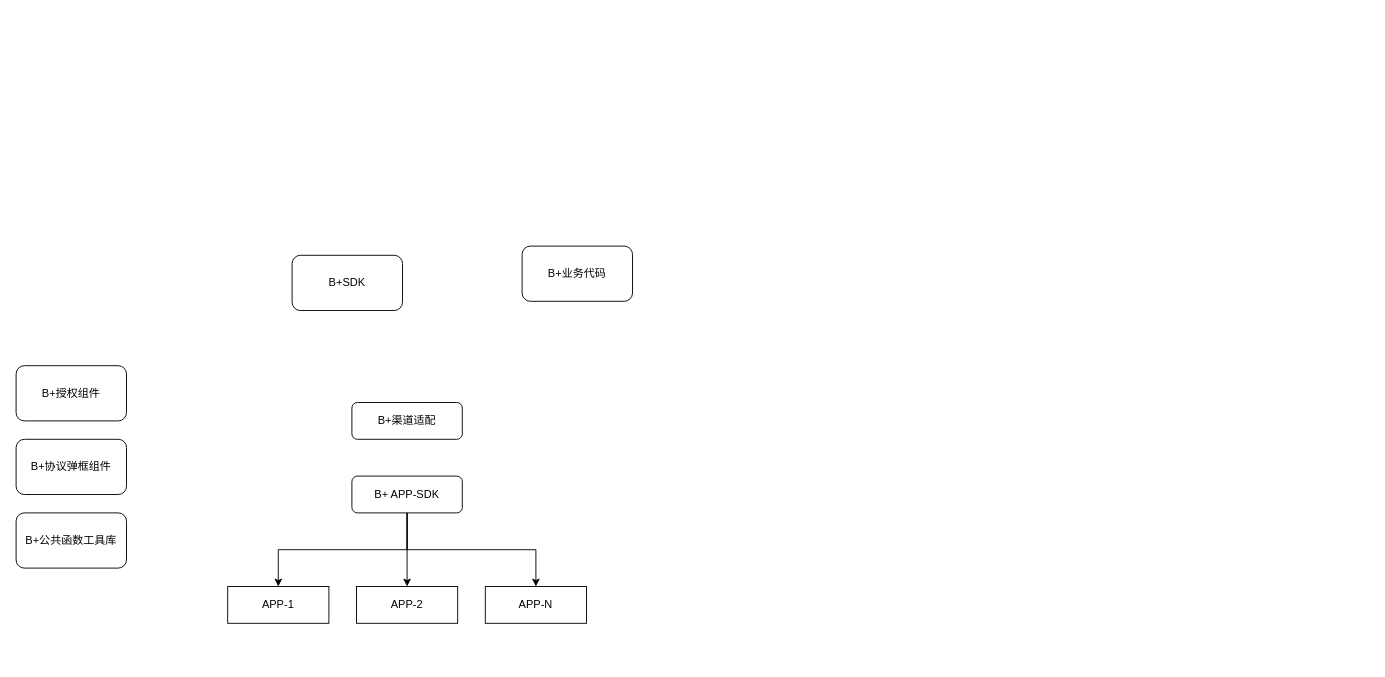
This is page "B+代码结构" (6 of 6) of B+.drawio from huturenji/drawio, a draw.io file, before an edit. Source tidied: cells renumbered, new cells numbered last; positions are measured from the earlier drawing's top-left corner, leaving out a move shared by most shapes. Both pictures are drawn from the tidied source at 92%, with x=0, y=0 at pixel (16, 246).
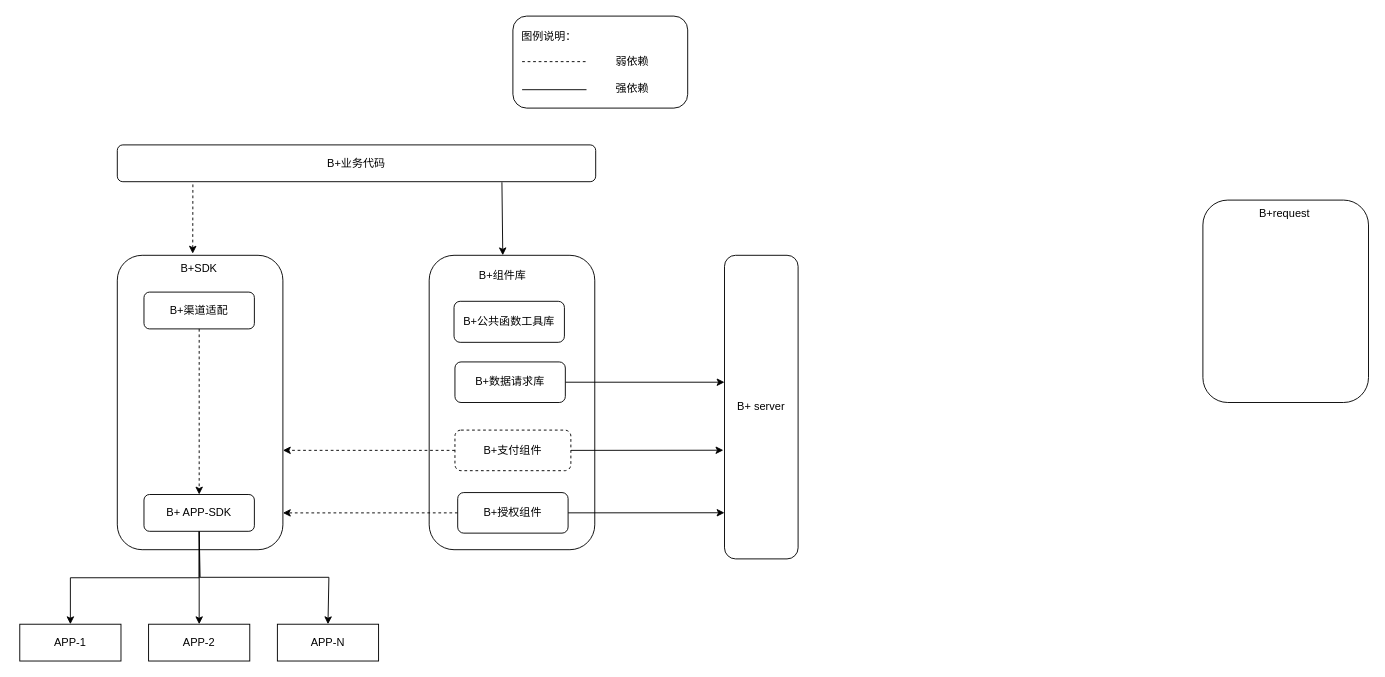
After the change.

Change to the diagram source:
```diff
@@
+    <mxCell id="15" style="rounded=1;whiteSpace=wrap;html=1;" parent="1" vertex="1">
+      <mxGeometry x="540" y="-250" width="190" height="100" as="geometry" />
+    </mxCell>
-    <mxCell id="2" value="B+SDK" style="rounded=1;whiteSpace=wrap;html=1;" parent="1" vertex="1">
-      <mxGeometry x="300" y="10" width="120" height="60" as="geometry" />
+    <mxCell id="2" style="rounded=1;whiteSpace=wrap;html=1;" parent="1" vertex="1">
+      <mxGeometry x="110" y="10" width="180" height="320" as="geometry" />
     </mxCell>
-    <mxCell id="3" value="B+授权组件" style="rounded=1;whiteSpace=wrap;html=1;" parent="1" vertex="1">
-      <mxGeometry y="130" width="120" height="60" as="geometry" />
-    </mxCell>
@@
     <mxCell id="5" style="edgeStyle=none;rounded=0;jettySize=auto;html=1;exitX=0.5;exitY=1;exitDx=0;exitDy=0;entryX=0.5;entryY=0;entryDx=0;entryDy=0;" parent="1" edge="1" source="6" target="11">
       <mxGeometry relative="1" as="geometry">
         <Array as="points">
-          <mxPoint x="425" y="330" />
-          <mxPoint x="565" y="330" />
+          <mxPoint x="200" y="360" />
+          <mxPoint x="340" y="360" />
         </Array>
       </mxGeometry>
     </mxCell>
     <mxCell id="6" value="B+ APP-SDK" style="rounded=1;whiteSpace=wrap;html=1;" parent="1" vertex="1">
-      <mxGeometry x="365" y="250" width="120" height="40" as="geometry" />
+      <mxGeometry x="139" y="270" width="120" height="40" as="geometry" />
     </mxCell>
-    <mxCell id="7" value="B+协议弹框组件" style="rounded=1;whiteSpace=wrap;html=1;" parent="1" vertex="1">
-      <mxGeometry y="210" width="120" height="60" as="geometry" />
-    </mxCell>
-    <mxCell id="8" value="B+公共函数工具库" style="rounded=1;whiteSpace=wrap;html=1;" parent="1" vertex="1">
-      <mxGeometry y="290" width="120" height="60" as="geometry" />
-    </mxCell>
     <mxCell id="9" value="APP-1" style="rounded=0;whiteSpace=wrap;html=1;" parent="1" vertex="1">
-      <mxGeometry x="230" y="370" width="110" height="40" as="geometry" />
+      <mxGeometry x="4" y="411" width="110" height="40" as="geometry" />
     </mxCell>
     <mxCell id="10" value="APP-2" style="rounded=0;whiteSpace=wrap;html=1;" parent="1" vertex="1">
-      <mxGeometry x="370" y="370" width="110" height="40" as="geometry" />
+      <mxGeometry x="144" y="411" width="110" height="40" as="geometry" />
     </mxCell>
     <mxCell id="11" value="APP-N" style="rounded=0;whiteSpace=wrap;html=1;" parent="1" vertex="1">
-      <mxGeometry x="510" y="370" width="110" height="40" as="geometry" />
+      <mxGeometry x="284" y="411" width="110" height="40" as="geometry" />
     </mxCell>
@@
     <mxCell id="13" value="B+渠道适配" style="rounded=1;whiteSpace=wrap;html=1;" parent="1" vertex="1">
-      <mxGeometry x="365" y="170" width="120" height="40" as="geometry" />
+      <mxGeometry x="139" y="50" width="120" height="40" as="geometry" />
     </mxCell>
+    <mxCell id="16" style="endArrow=classic;html=1;rounded=0;exitX=0.5;exitY=1;exitDx=0;exitDy=0;dashed=1;" parent="1" edge="1" source="13" target="6">
+      <mxGeometry relative="1" as="geometry" />
+    </mxCell>
+    <mxCell id="17" style="edgeStyle=none;rounded=0;jettySize=auto;html=1;exitX=0.158;exitY=1.075;exitDx=0;exitDy=0;entryX=0.383;entryY=-0.06;entryDx=0;entryDy=0;dashed=1;exitPerimeter=0;entryPerimeter=0;" parent="1" edge="1" source="14" target="19">
+      <mxGeometry relative="1" as="geometry" />
+    </mxCell>
+    <mxCell id="18" style="edgeStyle=none;rounded=0;jettySize=auto;html=1;exitX=0.804;exitY=1.015;exitDx=0;exitDy=0;entryX=0.5;entryY=0;entryDx=0;entryDy=0;exitPerimeter=0;" parent="1" edge="1" source="14" target="26">
+      <mxGeometry relative="1" as="geometry" />
+    </mxCell>
     <mxCell id="14" value="B+业务代码" style="rounded=1;whiteSpace=wrap;html=1;" parent="1" vertex="1">
-      <mxGeometry x="550" width="120" height="60" as="geometry" />
+      <mxGeometry x="110" y="-110" width="520" height="40" as="geometry" />
     </mxCell>
+    <mxCell id="19" value="B+SDK" style="text;html=1;strokeColor=none;fillColor=none;align=center;verticalAlign=middle;whiteSpace=wrap;rounded=0;" parent="1" vertex="1">
+      <mxGeometry x="169" y="10" width="60" height="30" as="geometry" />
+    </mxCell>
+    <mxCell id="20" value="B+ server" style="rounded=1;whiteSpace=wrap;html=1;" parent="1" vertex="1">
+      <mxGeometry x="770" y="10" width="80" height="330" as="geometry" />
+    </mxCell>
+    <mxCell id="21" style="group;" parent="1" vertex="1">
+      <mxGeometry x="1290" y="-50" width="180" height="220" as="geometry" />
+    </mxCell>
+    <mxCell id="22" style="rounded=1;whiteSpace=wrap;html=1;" parent="21" vertex="1">
+      <mxGeometry width="180" height="220" as="geometry" />
+    </mxCell>
+    <mxCell id="23" value="B+request" style="text;html=1;strokeColor=none;fillColor=none;align=center;verticalAlign=middle;whiteSpace=wrap;rounded=0;" parent="21" vertex="1">
+      <mxGeometry x="59" width="60" height="30" as="geometry" />
+    </mxCell>
+    <mxCell id="24" style="edgeStyle=none;rounded=0;orthogonalLoop=1;jettySize=auto;html=1;exitX=0.5;exitY=1;exitDx=0;exitDy=0;dashed=1;" parent="21" edge="1" source="23" target="23">
+      <mxGeometry relative="1" as="geometry" />
+    </mxCell>
+    <mxCell id="25" style="rounded=1;whiteSpace=wrap;html=1;" parent="1" vertex="1">
+      <mxGeometry x="449" y="10" width="180" height="320" as="geometry" />
+    </mxCell>
+    <mxCell id="26" value="B+组件库" style="text;html=1;strokeColor=none;fillColor=none;align=center;verticalAlign=middle;whiteSpace=wrap;rounded=0;" parent="1" vertex="1">
+      <mxGeometry x="499" y="10" width="60" height="43.6" as="geometry" />
+    </mxCell>
+    <mxCell id="27" style="edgeStyle=none;rounded=0;jettySize=auto;html=1;exitX=1;exitY=0.5;exitDx=0;exitDy=0;entryX=0;entryY=0.418;entryDx=0;entryDy=0;entryPerimeter=0;" parent="1" edge="1" source="28" target="20">
+      <mxGeometry relative="1" as="geometry" />
+    </mxCell>
+    <mxCell id="28" value="B+数据请求库" style="rounded=1;whiteSpace=wrap;html=1;" parent="1" vertex="1">
+      <mxGeometry x="477" y="125.9" width="120" height="44.1" as="geometry" />
+    </mxCell>
+    <mxCell id="29" style="edgeStyle=none;rounded=0;jettySize=auto;html=1;exitX=1;exitY=0.5;exitDx=0;exitDy=0;entryX=-0.015;entryY=0.642;entryDx=0;entryDy=0;entryPerimeter=0;" parent="1" edge="1" source="31" target="20">
+      <mxGeometry relative="1" as="geometry" />
+    </mxCell>
+    <mxCell id="30" style="edgeStyle=none;rounded=0;jettySize=auto;html=1;dashed=1;" parent="1" edge="1" source="31">
+      <mxGeometry relative="1" as="geometry">
+        <mxPoint x="290" y="222" as="targetPoint" />
+      </mxGeometry>
+    </mxCell>
+    <mxCell id="31" value="B+支付组件" style="rounded=1;whiteSpace=wrap;html=1;dashed=1;" parent="1" vertex="1">
+      <mxGeometry x="477" y="200" width="126" height="44.1" as="geometry" />
+    </mxCell>
+    <mxCell id="32" style="edgeStyle=none;rounded=0;jettySize=auto;html=1;entryX=1;entryY=0.875;entryDx=0;entryDy=0;entryPerimeter=0;dashed=1;" parent="1" edge="1" source="3" target="2">
+      <mxGeometry relative="1" as="geometry" />
+    </mxCell>
+    <mxCell id="33" style="edgeStyle=none;rounded=0;jettySize=auto;html=1;exitX=1;exitY=0.5;exitDx=0;exitDy=0;entryX=0;entryY=0.848;entryDx=0;entryDy=0;entryPerimeter=0;" parent="1" edge="1" source="3" target="20">
+      <mxGeometry relative="1" as="geometry" />
+    </mxCell>
+    <mxCell id="3" value="B+授权组件" style="rounded=1;whiteSpace=wrap;html=1;" parent="1" vertex="1">
+      <mxGeometry x="480" y="267.9" width="120" height="44.1" as="geometry" />
+    </mxCell>
+    <mxCell id="8" value="B+公共函数工具库" style="rounded=1;whiteSpace=wrap;html=1;" parent="1" vertex="1">
+      <mxGeometry x="476" y="60" width="120" height="44.6" as="geometry" />
+    </mxCell>
+    <mxCell id="34" style="endArrow=none;dashed=1;html=1;rounded=0;" parent="1" edge="1">
+      <mxGeometry relative="1" as="geometry">
+        <mxPoint x="550" y="-200.5" as="sourcePoint" />
+        <mxPoint x="620" y="-200.5" as="targetPoint" />
+      </mxGeometry>
+    </mxCell>
+    <mxCell id="35" value="弱依赖" style="text;html=1;strokeColor=none;fillColor=none;align=center;verticalAlign=middle;whiteSpace=wrap;rounded=0;dashed=1;" parent="1" vertex="1">
+      <mxGeometry x="640" y="-215" width="60" height="30" as="geometry" />
+    </mxCell>
+    <mxCell id="36" value="图例说明：" style="text;html=1;strokeColor=none;fillColor=none;align=center;verticalAlign=middle;whiteSpace=wrap;rounded=0;" parent="1" vertex="1">
+      <mxGeometry x="529" y="-240" width="101" height="25" as="geometry" />
+    </mxCell>
+    <mxCell id="37" style="endArrow=none;html=1;rounded=0;" parent="1" edge="1">
+      <mxGeometry relative="1" as="geometry">
+        <mxPoint x="550" y="-170" as="sourcePoint" />
+        <mxPoint x="620" y="-170" as="targetPoint" />
+      </mxGeometry>
+    </mxCell>
+    <mxCell id="38" value="强依赖" style="text;html=1;strokeColor=none;fillColor=none;align=center;verticalAlign=middle;whiteSpace=wrap;rounded=0;dashed=1;" parent="1" vertex="1">
+      <mxGeometry x="640" y="-186" width="60" height="30" as="geometry" />
+    </mxCell>
```
